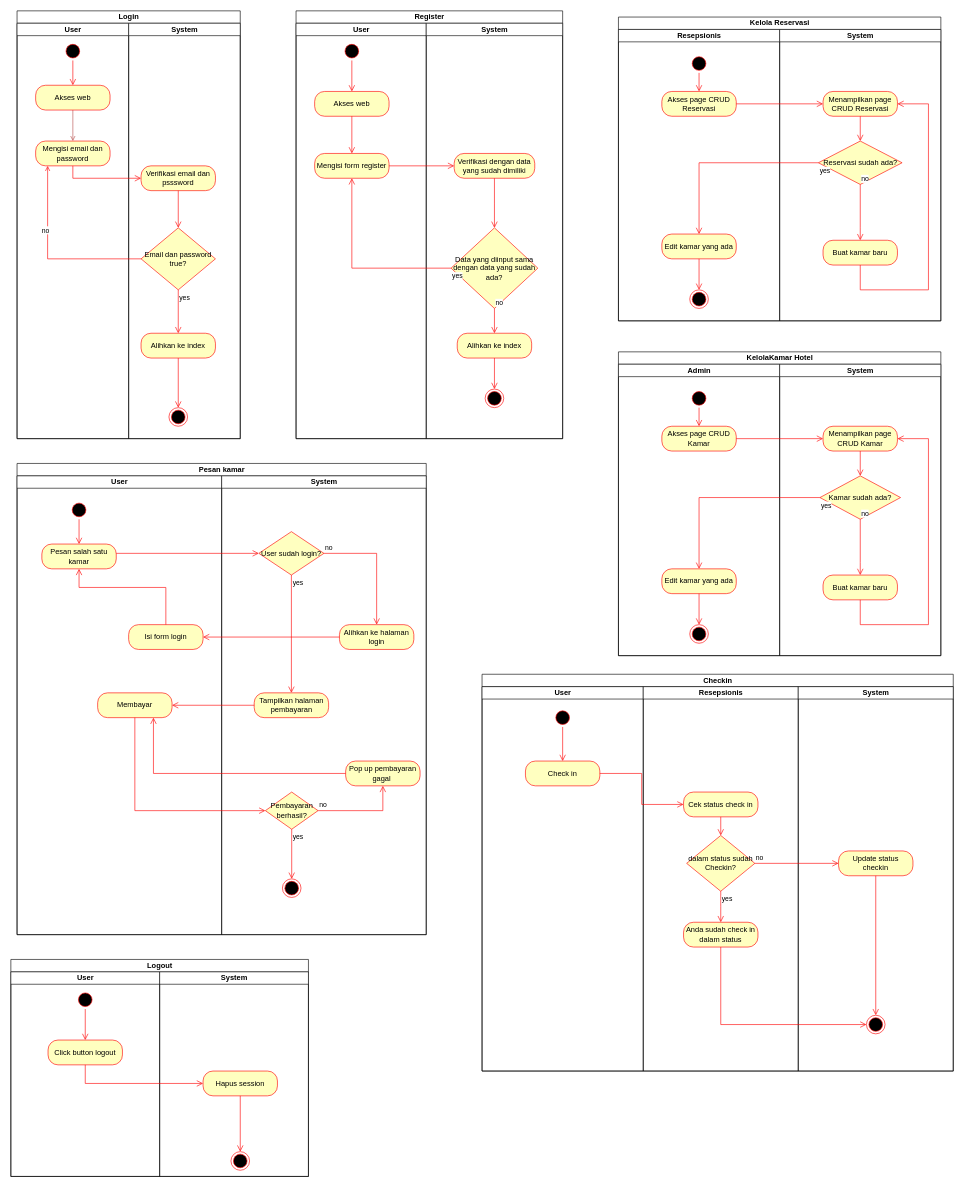
This is Activity diagram UKK.drawio from raskolnikov64/diagram-ukk, a draw.io file, before an edit. Source tidied: cells renumbered, new cells numbered last; positions are measured from the earlier drawing's top-left corner, leaving out a move shared by most shapes. Both pictures are drawn from the tidied source at 62%, with x=0, y=0 at pixel (11, 11).
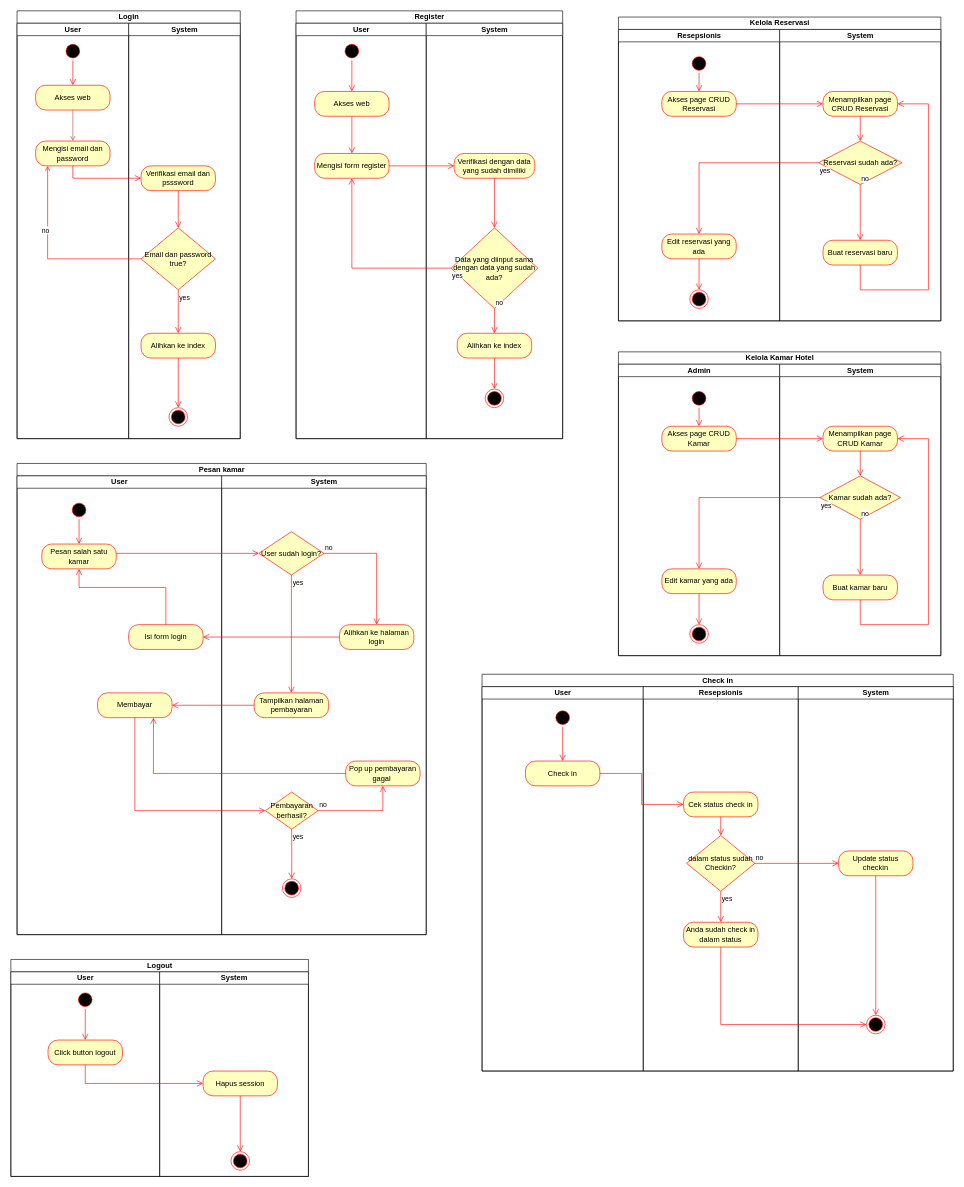
Above is the later version.

Unchanged cells that the change refers to:
```xml
<mxCell id="55" value="Resepsionis" style="swimlane;startSize=20;html=1;" parent="54" vertex="1">
  <mxGeometry y="20" width="260" height="470" as="geometry" />
</mxCell>
<mxCell id="62" value="System" style="swimlane;startSize=20;html=1;" parent="54" vertex="1">
  <mxGeometry x="260" y="20" width="260" height="470" as="geometry" />
</mxCell>
```

Change to the diagram source:
```diff
@@
-    <mxCell id="37" value="KelolaKamar Hotel" style="swimlane;startSize=20;html=1;" parent="1" vertex="1">
+    <mxCell id="37" value="Kelola Kamar Hotel" style="swimlane;startSize=20;html=1;" parent="1" vertex="1">
       <mxGeometry x="980" y="550" width="520" height="490" as="geometry" />
     </mxCell>
@@
-    <mxCell id="59" value="Edit kamar yang ada" style="rounded=1;whiteSpace=wrap;html=1;arcSize=40;fontColor=#000000;fillColor=#ffffc0;strokeColor=#ff0000;" parent="55" vertex="1">
+    <mxCell id="59" value="Edit reservasi yang ada" style="rounded=1;whiteSpace=wrap;html=1;arcSize=40;fontColor=#000000;fillColor=#ffffc0;strokeColor=#ff0000;" parent="55" vertex="1">
       <mxGeometry x="70" y="330" width="120" height="40" as="geometry" />
     </mxCell>
@@
-    <mxCell id="67" value="Buat kamar baru" style="rounded=1;whiteSpace=wrap;html=1;arcSize=40;fontColor=#000000;fillColor=#ffffc0;strokeColor=#ff0000;" parent="62" vertex="1">
+    <mxCell id="67" value="Buat reservasi baru" style="rounded=1;whiteSpace=wrap;html=1;arcSize=40;fontColor=#000000;fillColor=#ffffc0;strokeColor=#ff0000;" parent="62" vertex="1">
       <mxGeometry x="70" y="340" width="120" height="40" as="geometry" />
     </mxCell>
@@
-    <mxCell id="95" value="Checkin" style="swimlane;startSize=20;html=1;" parent="1" vertex="1">
+    <mxCell id="95" value="Check in" style="swimlane;startSize=20;html=1;" parent="1" vertex="1">
       <mxGeometry x="760" y="1070" width="760" height="640" as="geometry" />
     </mxCell>
```
